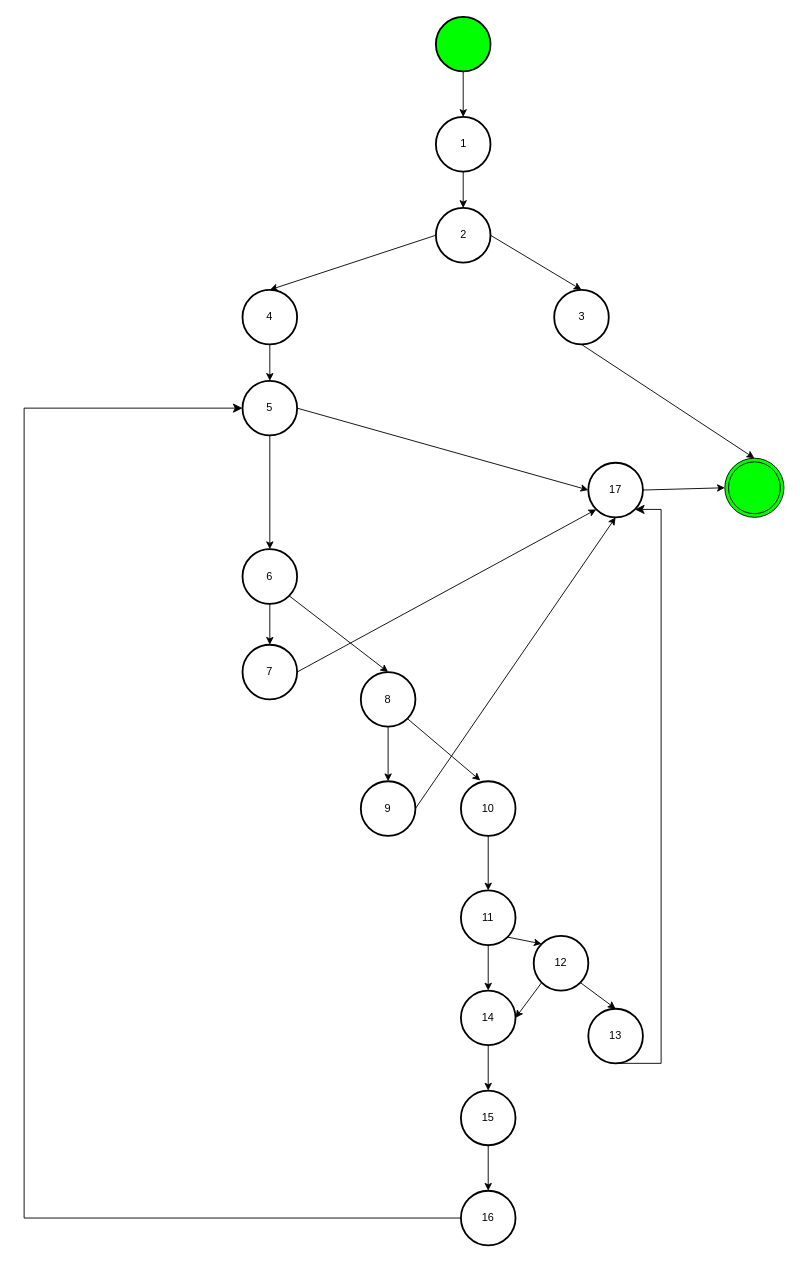
Before: UploadImages.drawio in adiaga006/HomeMarket, a draw.io diagram. Source tidied: cells renumbered, new cells numbered last; positions are measured from the earlier drawing's top-left corner, leaving out a move shared by most shapes. Both pictures are drawn from the tidied source at 91%, with x=0, y=0 at pixel (24, 16).
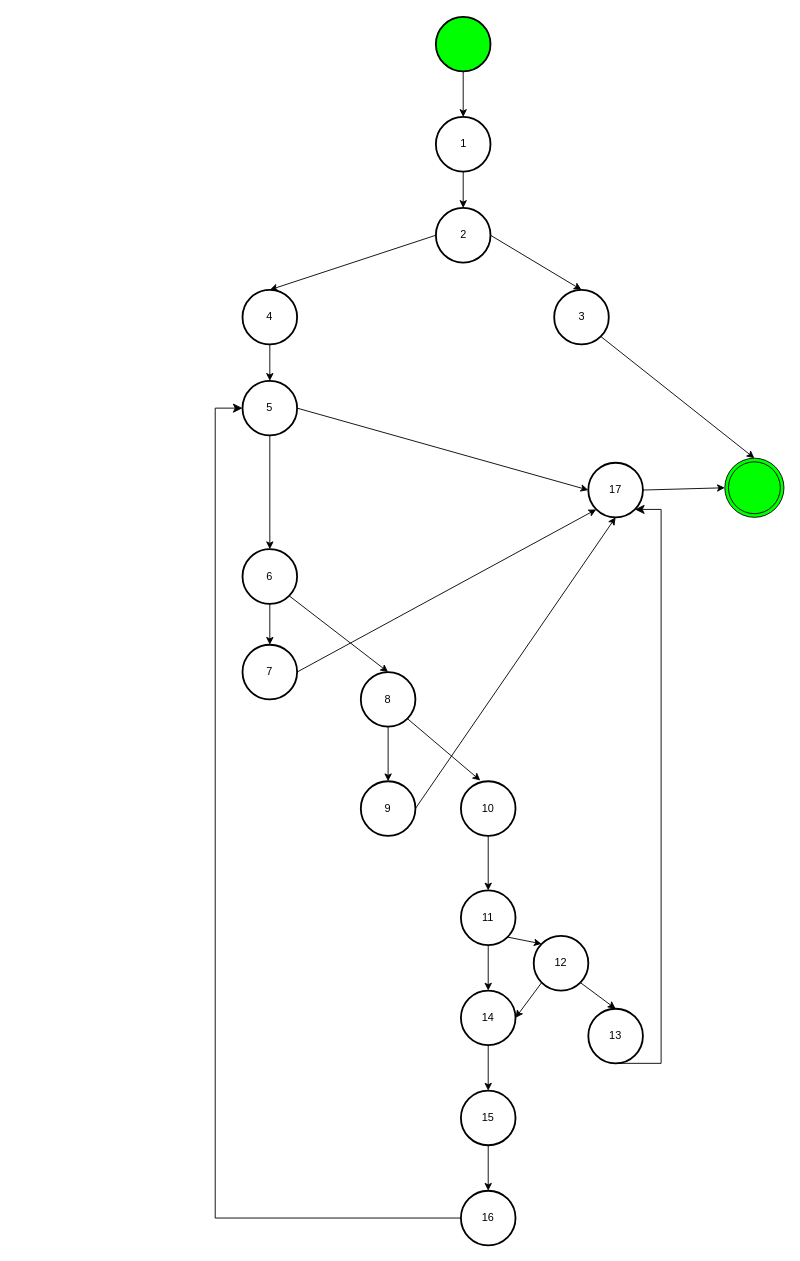
Above is the later version.

Unchanged cells that the change refers to:
```xml
<mxCell id="9" value="5" style="strokeWidth=2;html=1;shape=mxgraph.flowchart.start_2;whiteSpace=wrap;" parent="1" vertex="1">
  <mxGeometry x="240" y="400" width="60" height="60" as="geometry" />
</mxCell>
<mxCell id="13" style="ellipse;shape=doubleEllipse;whiteSpace=wrap;html=1;fillColor=#00FF00;" parent="1" vertex="1">
  <mxGeometry x="770" y="485" width="65" height="65" as="geometry" />
</mxCell>
<mxCell id="16" value="3" style="strokeWidth=2;html=1;shape=mxgraph.flowchart.start_2;whiteSpace=wrap;" parent="1" vertex="1">
  <mxGeometry x="582.5" y="300" width="60" height="60" as="geometry" />
</mxCell>
<mxCell id="32" value="16" style="strokeWidth=2;html=1;shape=mxgraph.flowchart.start_2;whiteSpace=wrap;" parent="1" vertex="1">
  <mxGeometry x="480" y="1290" width="60" height="60" as="geometry" />
</mxCell>
```

Change to the diagram source:
```diff
@@
-    <mxCell id="18" style="endArrow=classic;html=1;rounded=0;entryX=0.5;entryY=0;entryDx=0;entryDy=0;exitX=0.5;exitY=1;exitDx=0;exitDy=0;exitPerimeter=0;" parent="1" edge="1" source="16" target="13">
+    <mxCell id="18" style="endArrow=classic;html=1;rounded=0;entryX=0.5;entryY=0;entryDx=0;entryDy=0;exitX=0.855;exitY=0.855;exitDx=0;exitDy=0;exitPerimeter=0;" parent="1" edge="1" source="16" target="13">
       <mxGeometry relative="1" as="geometry" />
     </mxCell>
@@
     <mxCell id="37" style="edgeStyle=segmentEdgeStyle;endArrow=classic;html=1;curved=0;rounded=0;endSize=8;startSize=8;exitX=0;exitY=0.5;exitDx=0;exitDy=0;exitPerimeter=0;entryX=0;entryY=0.5;entryDx=0;entryDy=0;entryPerimeter=0;" parent="1" edge="1" source="32" target="9">
       <mxGeometry relative="1" as="geometry">
         <Array as="points">
-          <mxPoint y="1320" />
-          <mxPoint y="430" />
+          <mxPoint x="210" y="1320" />
+          <mxPoint x="210" y="430" />
         </Array>
       </mxGeometry>
     </mxCell>
```
